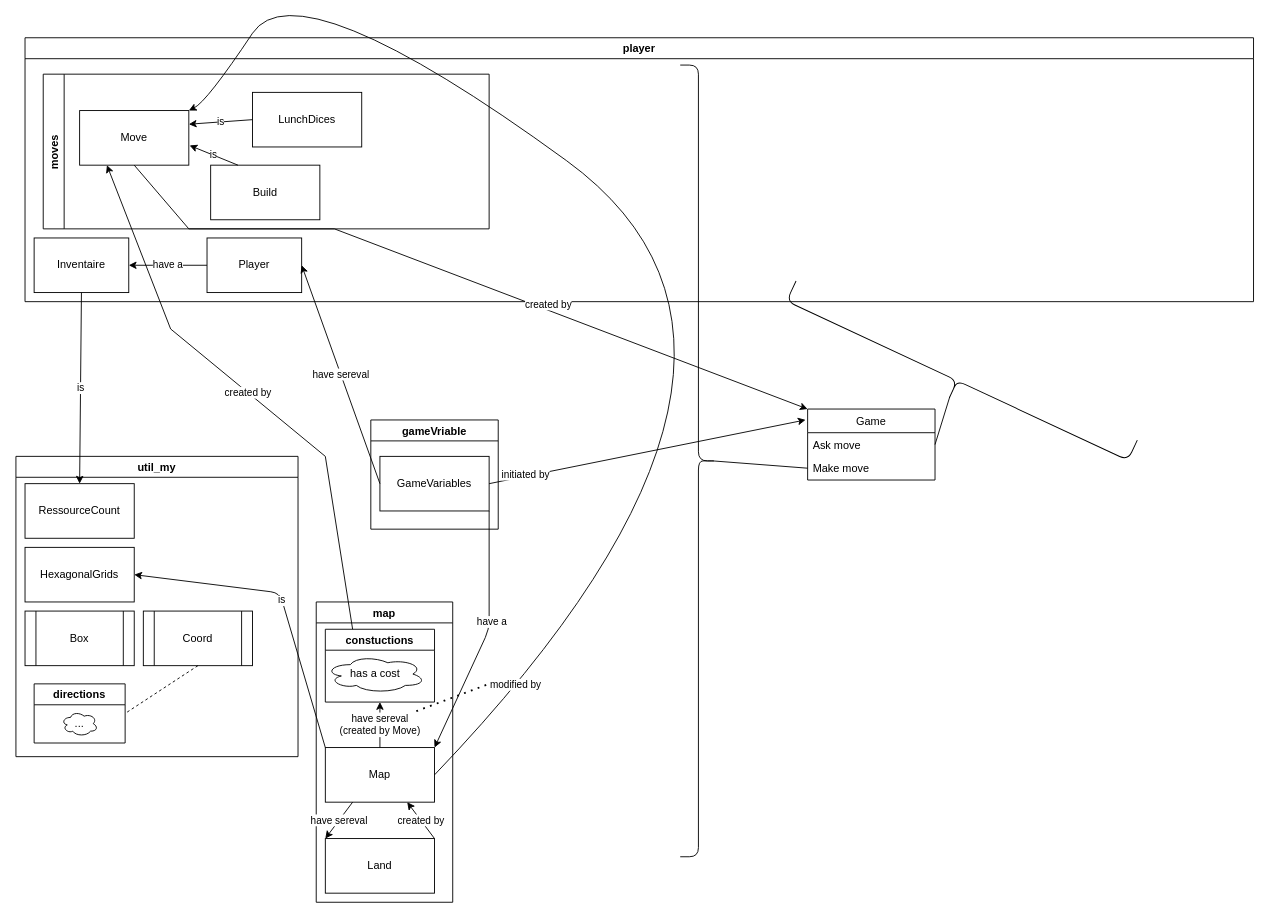
Earlier version of the draw.io diagram schema.drawio (stanig2106/catan). Source tidied: cells renumbered, new cells numbered last; positions are measured from the earlier drawing's top-left corner, leaving out a move shared by most shapes. Both pictures are drawn from the tidied source at 91%, with x=0, y=0 at pixel (15, -35).
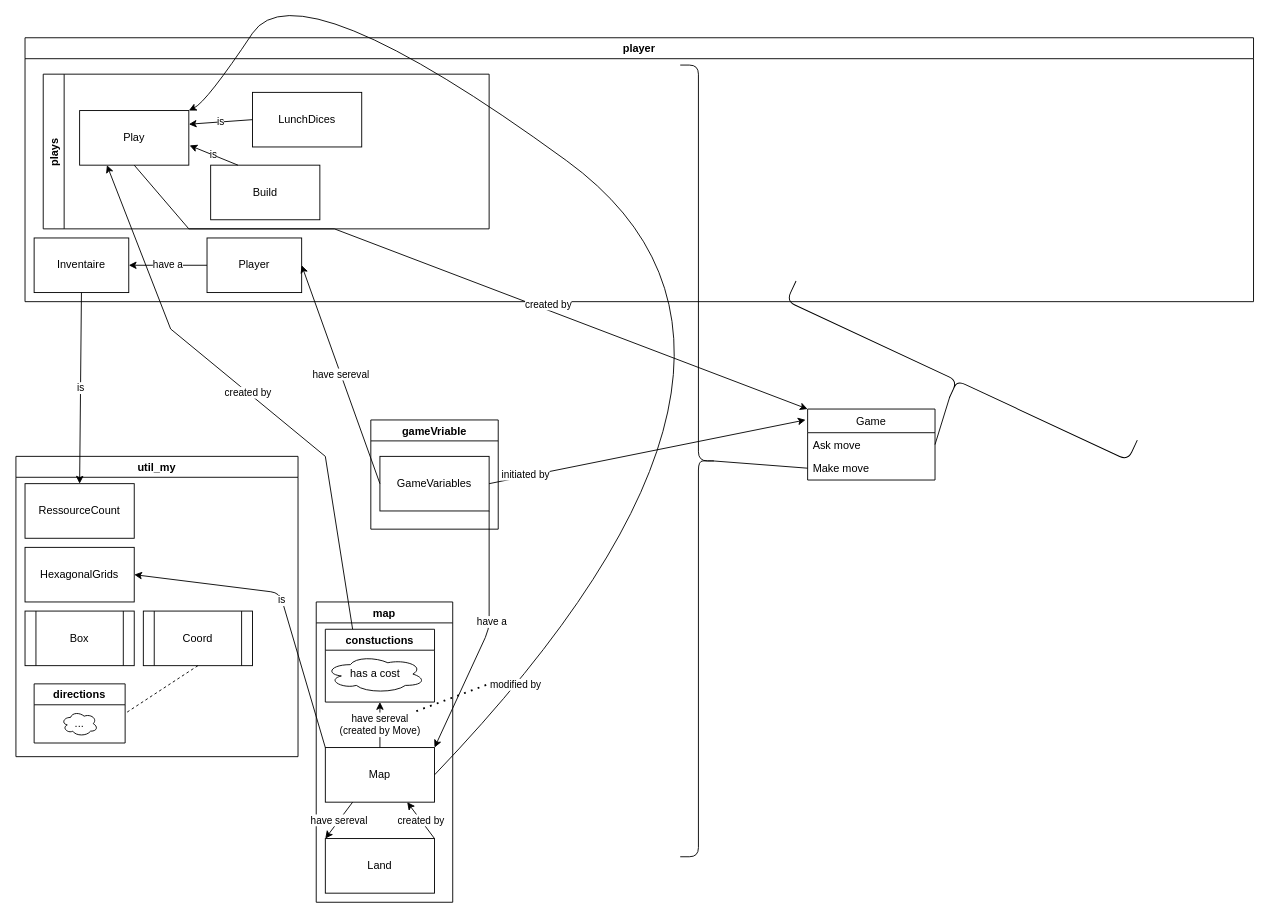
Above is the later version.

The change refers to these unchanged cells:
```xml
<mxCell id="10" value="player" style="swimlane;" parent="1" vertex="1">
  <mxGeometry x="10" y="80" width="1350" height="290" as="geometry" />
</mxCell>
```

What changed in the source:
```diff
@@
-    <mxCell id="14" value="moves" style="swimlane;horizontal=0;" parent="10" vertex="1">
+    <mxCell id="14" value="plays" style="swimlane;horizontal=0;" parent="10" vertex="1">
       <mxGeometry x="20" y="40" width="490" height="170" as="geometry" />
     </mxCell>
@@
-    <mxCell id="17" value="Move" style="rounded=0;whiteSpace=wrap;html=1;" parent="14" vertex="1">
+    <mxCell id="17" value="Play" style="rounded=0;whiteSpace=wrap;html=1;" parent="14" vertex="1">
       <mxGeometry x="40" y="40" width="120" height="60" as="geometry" />
     </mxCell>
```
